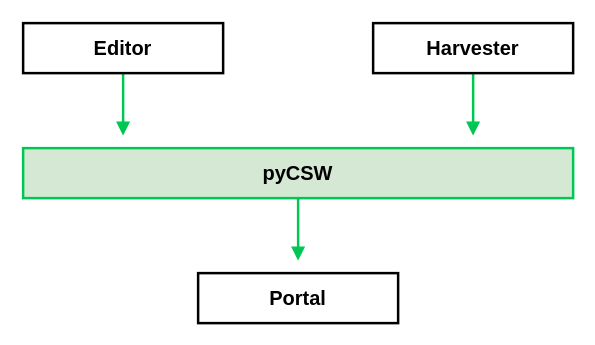
Above: docs/assets/drawio/ingrid-pycsw.drawio in informationgrid/ingrid-oss.eu (draw.io), before the change. Source tidied: cells renumbered, new cells numbered last; positions are measured from the earlier drawing's top-left corner, leaving out a move shared by most shapes. Both pictures are drawn from the tidied source at 125%, with x=0, y=0 at pixel (22, 22).
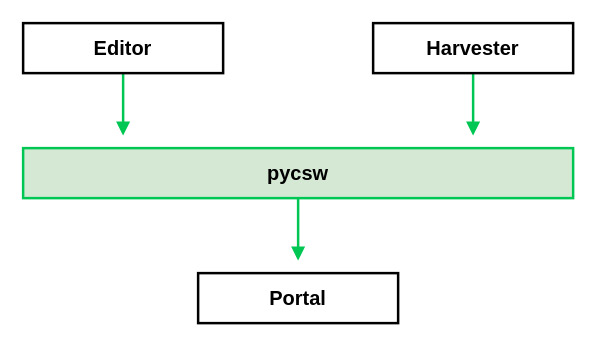
After the change.

The edit, as a diff of the source:
```diff
@@
 <mxGraphModel>
   <root>
     <mxCell id="0" />
     <mxCell id="1" parent="0" />
     <mxCell id="2" style="edgeStyle=none;html=1;endArrow=block;endFill=1;strokeWidth=2;strokeColor=light-dark(#00c753, #ededed);" parent="1" edge="1" source="3">
       <mxGeometry relative="1" as="geometry">
         <mxPoint x="220" y="190" as="targetPoint" />
       </mxGeometry>
     </mxCell>
-    <mxCell id="3" value="pyCSW" style="rounded=0;whiteSpace=wrap;html=1;strokeWidth=2;fillColor=#d5e8d4;fontStyle=1;fontSize=16;strokeColor=#00C753;" parent="1" vertex="1">
+    <mxCell id="3" value="pycsw" style="rounded=0;whiteSpace=wrap;html=1;strokeWidth=2;fillColor=#d5e8d4;fontStyle=1;fontSize=16;strokeColor=#00C753;" parent="1" vertex="1">
       <mxGeometry y="100" width="440" height="40" as="geometry" />
     </mxCell>
     <mxCell id="4" style="edgeStyle=none;html=1;strokeWidth=2;endArrow=block;endFill=1;strokeColor=light-dark(#00c753, #ededed);" parent="1" edge="1" source="5">
       <mxGeometry relative="1" as="geometry">
         <mxPoint x="80" y="90" as="targetPoint" />
       </mxGeometry>
     </mxCell>
     <mxCell id="5" value="Editor" style="rounded=0;whiteSpace=wrap;html=1;strokeWidth=2;fillColor=none;fontStyle=1;fontSize=16;" parent="1" vertex="1">
       <mxGeometry width="160" height="40" as="geometry" />
     </mxCell>
     <mxCell id="6" style="edgeStyle=none;html=1;exitX=0.5;exitY=1;exitDx=0;exitDy=0;strokeWidth=2;endArrow=block;endFill=1;strokeColor=light-dark(#00c753, #ededed);" parent="1" edge="1" source="7">
       <mxGeometry relative="1" as="geometry">
         <mxPoint x="360" y="90" as="targetPoint" />
       </mxGeometry>
     </mxCell>
     <mxCell id="7" value="Harvester" style="rounded=0;whiteSpace=wrap;html=1;strokeWidth=2;fillColor=none;fontStyle=1;fontSize=16;" parent="1" vertex="1">
       <mxGeometry x="280" width="160" height="40" as="geometry" />
     </mxCell>
     <mxCell id="8" value="Portal" style="rounded=0;whiteSpace=wrap;html=1;strokeWidth=2;fillColor=none;fontStyle=1;fontSize=16;" parent="1" vertex="1">
       <mxGeometry x="140" y="200" width="160" height="40" as="geometry" />
     </mxCell>
   </root>
 </mxGraphModel>
```
